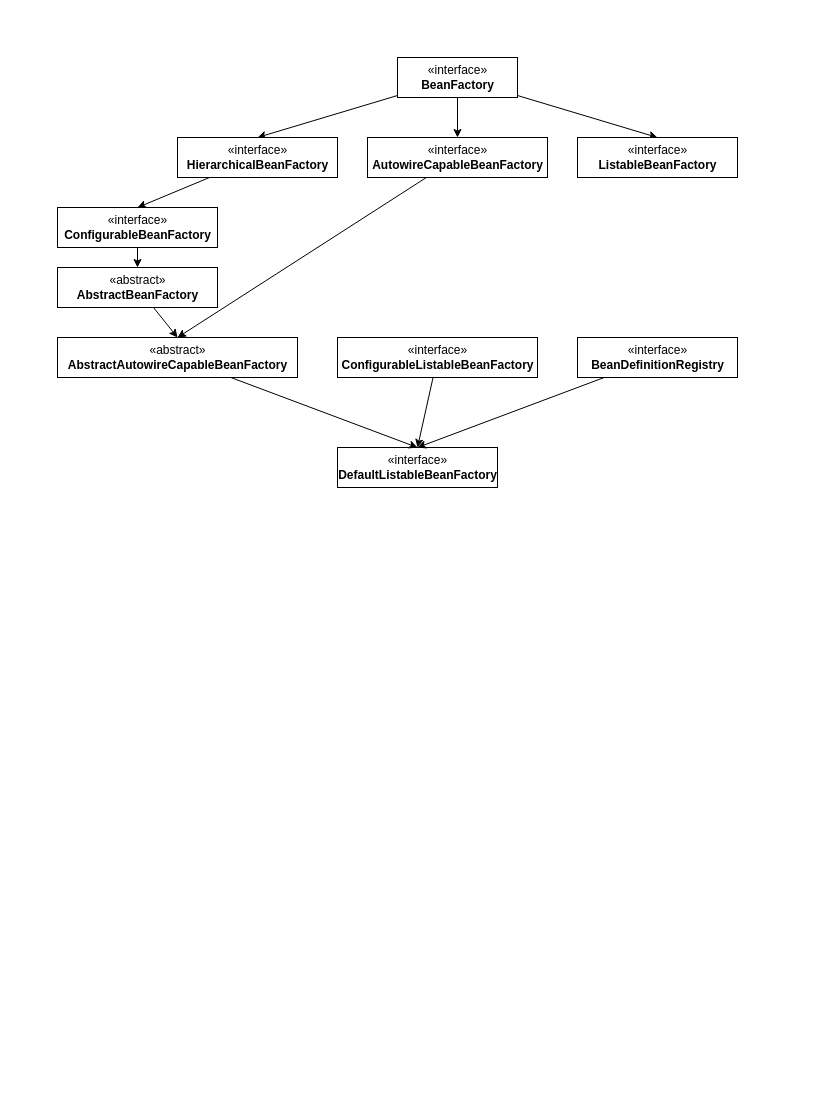
The draw.io diagram 97-未整理/spring/Spring类图.drawio in isjinhao/notes, before the edit. Source tidied: cells renumbered, new cells numbered last; positions are measured from the earlier drawing's top-left corner, leaving out a move shared by most shapes. Both pictures are drawn from the tidied source at 100%, with x=0, y=0 at pixel (57, 57).
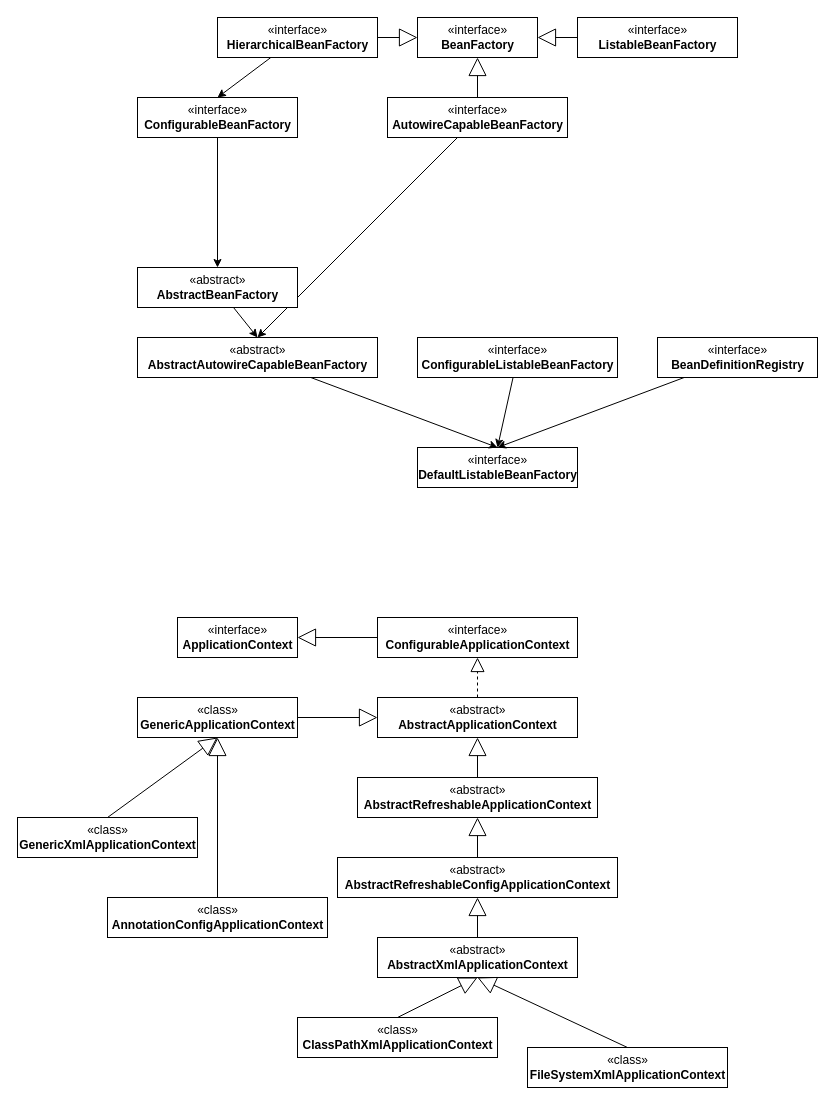
After the change.

The edit, as a diff of the source:
```diff
@@
-    <mxCell id="2" style="rounded=0;jettySize=auto;html=1;entryX=0.5;entryY=0;entryDx=0;entryDy=0;" parent="1" edge="1" source="5" target="7">
-      <mxGeometry relative="1" as="geometry" />
-    </mxCell>
-    <mxCell id="3" style="edgeStyle=none;rounded=0;jettySize=auto;html=1;entryX=0.5;entryY=0;entryDx=0;entryDy=0;" parent="1" edge="1" source="5" target="9">
-      <mxGeometry relative="1" as="geometry" />
-    </mxCell>
-    <mxCell id="4" style="edgeStyle=none;rounded=0;jettySize=auto;html=1;entryX=0.5;entryY=0;entryDx=0;entryDy=0;" parent="1" edge="1" source="5" target="10">
-      <mxGeometry relative="1" as="geometry" />
-    </mxCell>
     <mxCell id="5" value="«interface»&lt;br&gt;&lt;b&gt;BeanFactory&lt;/b&gt;" style="html=1;" parent="1" vertex="1">
-      <mxGeometry x="340" width="120" height="40" as="geometry" />
+      <mxGeometry x="360" y="-40" width="120" height="40" as="geometry" />
     </mxCell>
@@
     <mxCell id="7" value="«interface»&lt;br&gt;&lt;b&gt;HierarchicalBeanFactory&lt;/b&gt;" style="html=1;" parent="1" vertex="1">
-      <mxGeometry x="120" y="80" width="160" height="40" as="geometry" />
+      <mxGeometry x="160" y="-40" width="160" height="40" as="geometry" />
     </mxCell>
@@
     <mxCell id="9" value="«interface»&lt;br&gt;&lt;b&gt;AutowireCapableBeanFactory&lt;/b&gt;" style="html=1;" parent="1" vertex="1">
-      <mxGeometry x="310" y="80" width="180" height="40" as="geometry" />
+      <mxGeometry x="330" y="40" width="180" height="40" as="geometry" />
     </mxCell>
     <mxCell id="10" value="«interface»&lt;br&gt;&lt;b&gt;ListableBeanFactory&lt;/b&gt;" style="html=1;" parent="1" vertex="1">
-      <mxGeometry x="520" y="80" width="160" height="40" as="geometry" />
+      <mxGeometry x="520" y="-40" width="160" height="40" as="geometry" />
     </mxCell>
@@
     <mxCell id="12" value="«interface»&lt;br&gt;&lt;b&gt;ConfigurableBeanFactory&lt;/b&gt;" style="html=1;" parent="1" vertex="1">
-      <mxGeometry y="150" width="160" height="40" as="geometry" />
+      <mxGeometry x="80" y="40" width="160" height="40" as="geometry" />
     </mxCell>
     <mxCell id="13" value="«interface»&lt;br&gt;&lt;b&gt;DefaultListableBeanFactory&lt;/b&gt;" style="html=1;" parent="1" vertex="1">
-      <mxGeometry x="280" y="390" width="160" height="40" as="geometry" />
+      <mxGeometry x="360" y="390" width="160" height="40" as="geometry" />
     </mxCell>
@@
     <mxCell id="15" value="«interface»&lt;br&gt;&lt;b&gt;ConfigurableListableBeanFactory&lt;/b&gt;" style="html=1;" parent="1" vertex="1">
-      <mxGeometry x="280" y="280" width="200" height="40" as="geometry" />
+      <mxGeometry x="360" y="280" width="200" height="40" as="geometry" />
     </mxCell>
@@
     <mxCell id="17" value="«abstract»&lt;br&gt;&lt;b&gt;AbstractAutowireCapableBeanFactory&lt;/b&gt;" style="html=1;" parent="1" vertex="1">
-      <mxGeometry y="280" width="240" height="40" as="geometry" />
+      <mxGeometry x="80" y="280" width="240" height="40" as="geometry" />
     </mxCell>
@@
     <mxCell id="19" value="«interface»&lt;br&gt;&lt;b&gt;BeanDefinitionRegistry&lt;/b&gt;" style="html=1;" parent="1" vertex="1">
-      <mxGeometry x="520" y="280" width="160" height="40" as="geometry" />
+      <mxGeometry x="600" y="280" width="160" height="40" as="geometry" />
     </mxCell>
@@
     <mxCell id="21" value="«abstract»&lt;br&gt;&lt;b&gt;AbstractBeanFactory&lt;/b&gt;" style="html=1;" parent="1" vertex="1">
-      <mxGeometry y="210" width="160" height="40" as="geometry" />
+      <mxGeometry x="80" y="210" width="160" height="40" as="geometry" />
     </mxCell>
+    <mxCell id="22" value="«interface»&lt;br&gt;&lt;b&gt;ApplicationContext&lt;/b&gt;" style="html=1;" parent="1" vertex="1">
+      <mxGeometry x="120" y="560" width="120" height="40" as="geometry" />
+    </mxCell>
+    <mxCell id="23" value="«interface»&lt;br&gt;&lt;b&gt;ConfigurableApplicationContext&lt;/b&gt;" style="html=1;" parent="1" vertex="1">
+      <mxGeometry x="320" y="560" width="200" height="40" as="geometry" />
+    </mxCell>
+    <mxCell id="24" value="«abstract»&lt;br&gt;&lt;b&gt;AbstractApplicationContext&lt;/b&gt;" style="html=1;" parent="1" vertex="1">
+      <mxGeometry x="320" y="640" width="200" height="40" as="geometry" />
+    </mxCell>
+    <mxCell id="25" value="«class»&lt;br&gt;&lt;b&gt;GenericApplicationContext&lt;/b&gt;" style="html=1;" parent="1" vertex="1">
+      <mxGeometry x="80" y="640" width="160" height="40" as="geometry" />
+    </mxCell>
+    <mxCell id="26" value="«abstract»&lt;br&gt;&lt;b&gt;AbstractRefreshableApplicationContext&lt;/b&gt;" style="html=1;" parent="1" vertex="1">
+      <mxGeometry x="300" y="720" width="240" height="40" as="geometry" />
+    </mxCell>
+    <mxCell id="27" value="«abstract»&lt;br&gt;&lt;b&gt;AbstractRefreshableConfigApplicationContext&lt;/b&gt;" style="html=1;" parent="1" vertex="1">
+      <mxGeometry x="280" y="800" width="280" height="40" as="geometry" />
+    </mxCell>
+    <mxCell id="28" value="«abstract»&lt;br&gt;&lt;b&gt;AbstractXmlApplicationContext&lt;/b&gt;" style="html=1;" parent="1" vertex="1">
+      <mxGeometry x="320" y="880" width="200" height="40" as="geometry" />
+    </mxCell>
+    <mxCell id="29" value="«class»&lt;br&gt;&lt;b&gt;ClassPathXmlApplicationContext&lt;/b&gt;" style="html=1;" parent="1" vertex="1">
+      <mxGeometry x="240" y="960" width="200" height="40" as="geometry" />
+    </mxCell>
+    <mxCell id="30" value="«class»&lt;br&gt;&lt;b&gt;FileSystemXmlApplicationContext&lt;/b&gt;" style="html=1;" parent="1" vertex="1">
+      <mxGeometry x="470" y="990" width="200" height="40" as="geometry" />
+    </mxCell>
+    <mxCell id="31" style="endArrow=block;endSize=16;endFill=0;html=1;entryX=1;entryY=0.5;entryDx=0;entryDy=0;exitX=0;exitY=0.5;exitDx=0;exitDy=0;" parent="1" edge="1" source="23" target="22">
+      <mxGeometry relative="1" as="geometry" />
+    </mxCell>
+    <mxCell id="32" style="endArrow=block;dashed=1;endFill=0;endSize=12;html=1;entryX=0.5;entryY=1;entryDx=0;entryDy=0;exitX=0.5;exitY=0;exitDx=0;exitDy=0;" parent="1" edge="1" source="24" target="23">
+      <mxGeometry relative="1" as="geometry" />
+    </mxCell>
+    <mxCell id="33" style="endArrow=block;endSize=16;endFill=0;html=1;entryX=0;entryY=0.5;entryDx=0;entryDy=0;exitX=1;exitY=0.5;exitDx=0;exitDy=0;" parent="1" edge="1" source="25" target="24">
+      <mxGeometry relative="1" as="geometry" />
+    </mxCell>
+    <mxCell id="34" style="endArrow=block;endSize=16;endFill=0;html=1;entryX=0.5;entryY=1;entryDx=0;entryDy=0;exitX=0.5;exitY=0;exitDx=0;exitDy=0;" parent="1" edge="1" source="26" target="24">
+      <mxGeometry relative="1" as="geometry" />
+    </mxCell>
+    <mxCell id="35" value="«class»&lt;br&gt;&lt;b&gt;AnnotationConfigApplicationContext&lt;/b&gt;" style="html=1;" parent="1" vertex="1">
+      <mxGeometry x="50" y="840" width="220" height="40" as="geometry" />
+    </mxCell>
+    <mxCell id="36" value="«class»&lt;br&gt;&lt;b&gt;GenericXmlApplicationContext&lt;/b&gt;" style="html=1;" parent="1" vertex="1">
+      <mxGeometry x="-40" y="760" width="180" height="40" as="geometry" />
+    </mxCell>
+    <mxCell id="37" style="endArrow=block;endSize=16;endFill=0;html=1;entryX=0.5;entryY=1;entryDx=0;entryDy=0;exitX=0.5;exitY=0;exitDx=0;exitDy=0;" parent="1" edge="1" source="36" target="25">
+      <mxGeometry relative="1" as="geometry" />
+    </mxCell>
+    <mxCell id="38" style="endArrow=block;endSize=16;endFill=0;html=1;entryX=0.5;entryY=1;entryDx=0;entryDy=0;" parent="1" edge="1" source="35" target="25">
+      <mxGeometry relative="1" as="geometry" />
+    </mxCell>
+    <mxCell id="39" style="endArrow=block;endSize=16;endFill=0;html=1;entryX=0.5;entryY=1;entryDx=0;entryDy=0;" parent="1" edge="1" source="27" target="26">
+      <mxGeometry relative="1" as="geometry" />
+    </mxCell>
+    <mxCell id="40" style="endArrow=block;endSize=16;endFill=0;html=1;entryX=0.5;entryY=1;entryDx=0;entryDy=0;" parent="1" edge="1" source="28" target="27">
+      <mxGeometry relative="1" as="geometry" />
+    </mxCell>
+    <mxCell id="41" style="endArrow=block;endSize=16;endFill=0;html=1;entryX=0.5;entryY=1;entryDx=0;entryDy=0;exitX=0.5;exitY=0;exitDx=0;exitDy=0;" parent="1" edge="1" source="29" target="28">
+      <mxGeometry relative="1" as="geometry" />
+    </mxCell>
+    <mxCell id="42" style="endArrow=block;endSize=16;endFill=0;html=1;entryX=0.5;entryY=1;entryDx=0;entryDy=0;exitX=0.5;exitY=0;exitDx=0;exitDy=0;" parent="1" edge="1" source="30" target="28">
+      <mxGeometry relative="1" as="geometry" />
+    </mxCell>
+    <mxCell id="43" style="endArrow=block;endSize=16;endFill=0;html=1;exitX=1;exitY=0.5;exitDx=0;exitDy=0;entryX=0;entryY=0.5;entryDx=0;entryDy=0;" parent="1" edge="1" source="7" target="5">
+      <mxGeometry relative="1" as="geometry" />
+    </mxCell>
+    <mxCell id="44" style="endArrow=block;endSize=16;endFill=0;html=1;exitX=0.5;exitY=0;exitDx=0;exitDy=0;entryX=0.5;entryY=1;entryDx=0;entryDy=0;" parent="1" edge="1" source="9" target="5">
+      <mxGeometry relative="1" as="geometry" />
+    </mxCell>
+    <mxCell id="45" style="endArrow=block;endSize=16;endFill=0;html=1;exitX=0;exitY=0.5;exitDx=0;exitDy=0;entryX=1;entryY=0.5;entryDx=0;entryDy=0;" parent="1" edge="1" source="10" target="5">
+      <mxGeometry relative="1" as="geometry" />
+    </mxCell>
```
